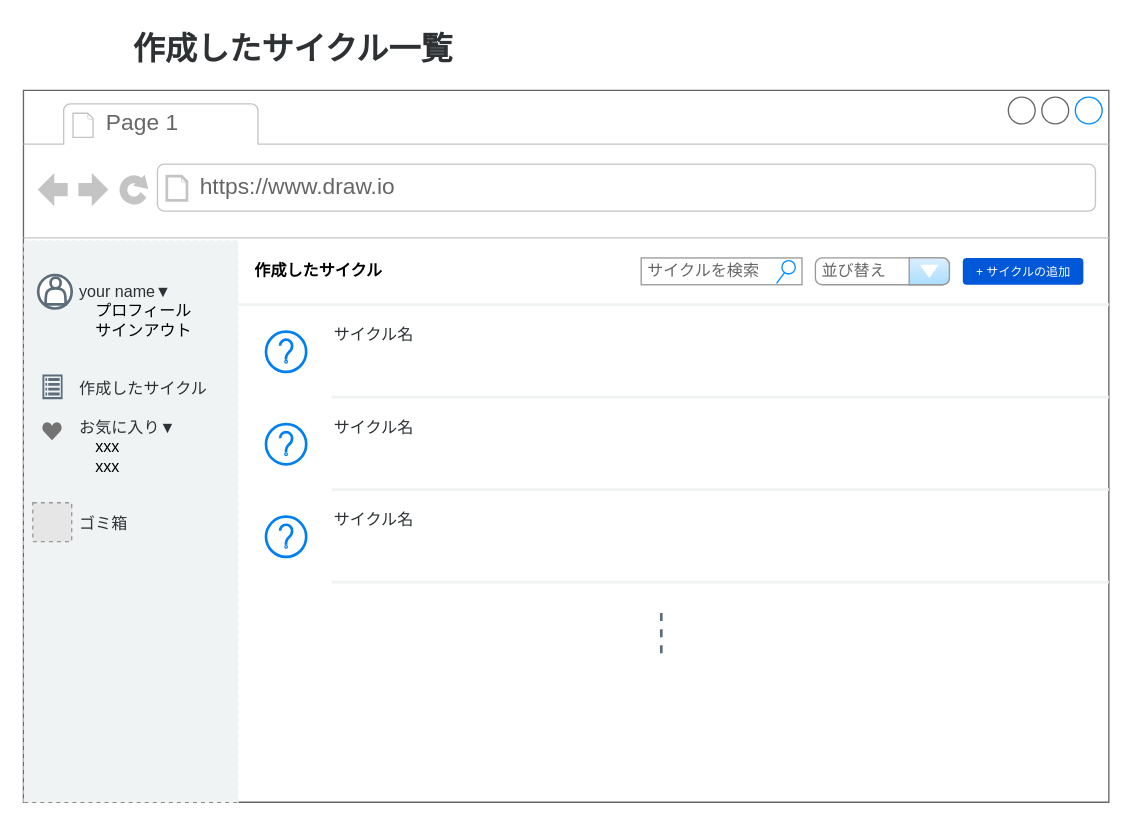
Earlier version of the draw.io diagram page "画面設計(サイクル一覧)" (6 of 7) of ER.drawio (katkatprog/drowio). Source tidied: cells renumbered, new cells numbered last; positions are measured from the earlier drawing's top-left corner, leaving out a move shared by most shapes. Both pictures are drawn from the tidied source at 134%, with x=0, y=0 at pixel (23, 23). Pictures stored in the file or linked from it are replaced by grey dashed boxes.
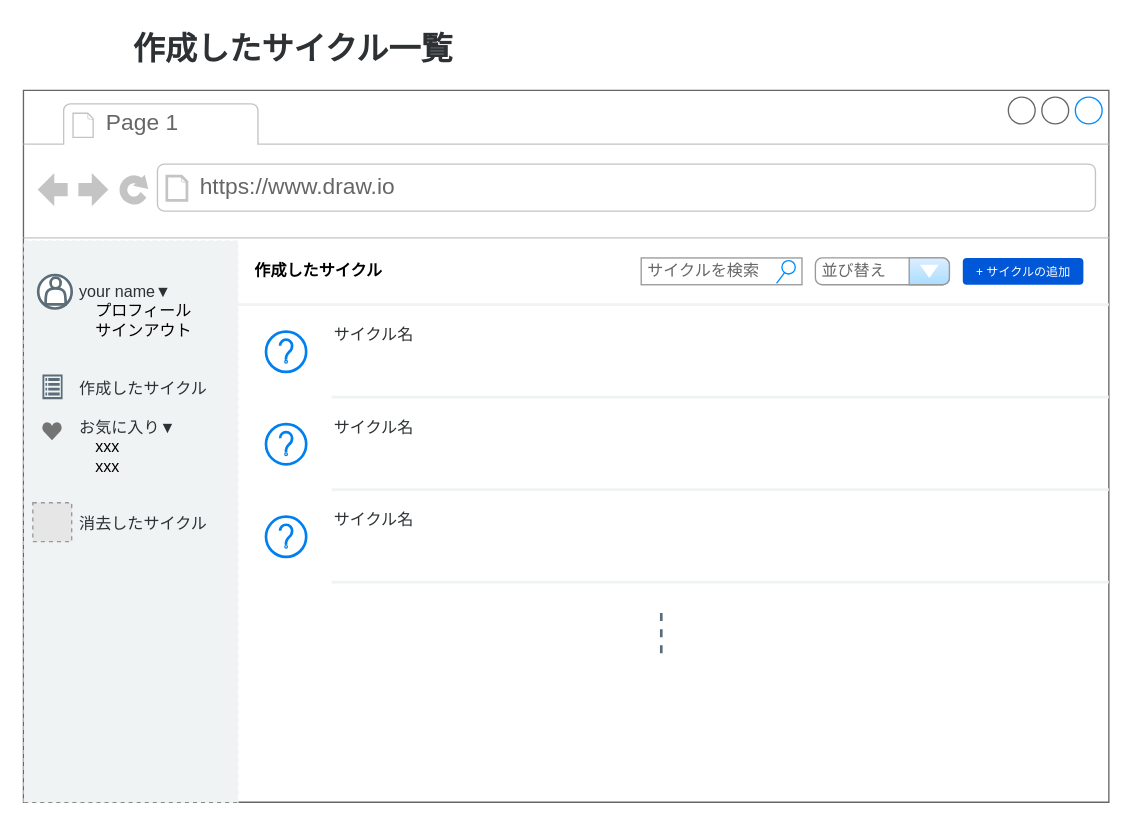
Above is the later version.

The change refers to these unchanged cells:
```xml
<mxCell id="2" style="strokeWidth=1;shadow=0;dashed=0;align=center;html=1;shape=mxgraph.mockup.containers.browserWindow;rSize=0;strokeColor=#666666;strokeColor2=#008cff;strokeColor3=#c4c4c4;mainText=,;labelBackgroundColor=none;labelBorderColor=none;fillStyle=auto;fontSize=9;fontColor=default;fillColor=#FFFFFF;" parent="1" vertex="1">
  <mxGeometry y="50" width="810" height="531.2" as="geometry" />
</mxCell>
```

Diff of the diagram source:
```diff
@@
-    <mxCell id="21" value="&lt;span style=&quot;color: rgb(45, 49, 51);&quot;&gt;your name▼&lt;br&gt;&lt;/span&gt;　プロフィール&lt;br&gt;　サインアウト&lt;br style=&quot;color: rgb(45, 49, 51);&quot;&gt;&lt;br style=&quot;color: rgb(45, 49, 51);&quot;&gt;&lt;br style=&quot;color: rgb(45, 49, 51);&quot;&gt;&lt;font color=&quot;#2d3133&quot;&gt;作成したサイクル&lt;br&gt;&lt;/font&gt;&lt;br style=&quot;color: rgb(45, 49, 51);&quot;&gt;&lt;span style=&quot;color: rgb(45, 49, 51);&quot;&gt;お気に入り▼&lt;br&gt;&lt;/span&gt;　xxx&lt;br&gt;　xxx&lt;br&gt;　&lt;br&gt;&lt;br style=&quot;color: rgb(45, 49, 51);&quot;&gt;&lt;font color=&quot;#2d3133&quot;&gt;ゴミ箱&lt;/font&gt;" style="text;html=1;align=left;verticalAlign=top;fillColor=none;strokeColor=none;rounded=0;labelBackgroundColor=none;labelBorderColor=none;fillStyle=auto;strokeWidth=2;fontSize=12;fontColor=default;" parent="2" vertex="1">
+    <mxCell id="21" value="&lt;span style=&quot;color: rgb(45, 49, 51);&quot;&gt;your name▼&lt;br&gt;&lt;/span&gt;　プロフィール&lt;br&gt;　サインアウト&lt;br style=&quot;color: rgb(45, 49, 51);&quot;&gt;&lt;br style=&quot;color: rgb(45, 49, 51);&quot;&gt;&lt;br style=&quot;color: rgb(45, 49, 51);&quot;&gt;&lt;font color=&quot;#2d3133&quot;&gt;作成したサイクル&lt;br&gt;&lt;/font&gt;&lt;br style=&quot;color: rgb(45, 49, 51);&quot;&gt;&lt;span style=&quot;color: rgb(45, 49, 51);&quot;&gt;お気に入り▼&lt;br&gt;&lt;/span&gt;　xxx&lt;br&gt;　xxx&lt;br&gt;　&lt;br&gt;&lt;br style=&quot;color: rgb(45, 49, 51);&quot;&gt;&lt;font color=&quot;#2d3133&quot;&gt;消去したサイクル&lt;/font&gt;" style="text;html=1;align=left;verticalAlign=top;fillColor=none;strokeColor=none;rounded=0;labelBackgroundColor=none;labelBorderColor=none;fillStyle=auto;strokeWidth=2;fontSize=12;fontColor=default;" parent="2" vertex="1">
       <mxGeometry x="40" y="136.7" width="120" height="200" as="geometry" />
     </mxCell>
```
